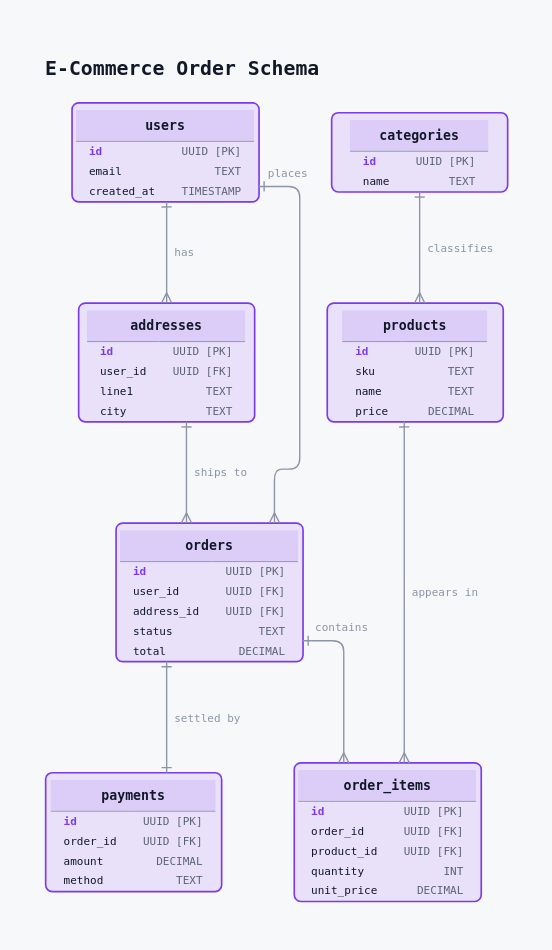
rg12301/rdg keeps this draw.io diagram as examples/ecommerce_erd/ecommerce_erd.drawio. Above is the earlier version. Source tidied: cells renumbered, new cells numbered last; positions are measured from the earlier drawing's top-left corner, leaving out a move shared by most shapes. Both pictures are drawn from the tidied source at 110%, with x=0, y=0 at pixel (19, 19).
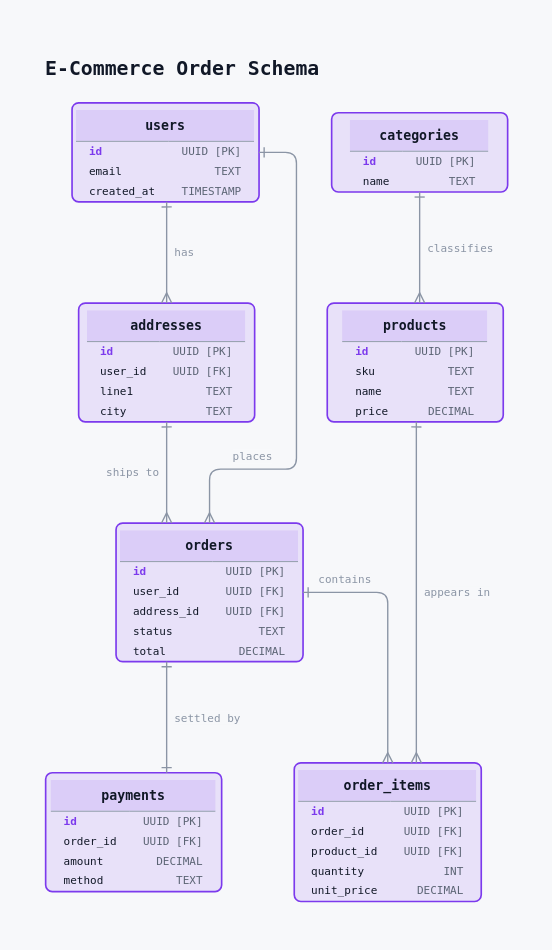
The same diagram, later.

Unchanged cells that the change refers to:
```xml
<mxCell id="4" value="&lt;table style=&quot;width:100%;border-collapse:collapse;font-family:JetBrains Mono, ui-monospace, SFMono-Regular, Menlo, Consolas, monospace;line-height:1.35;&quot;&gt;&lt;tr style=&quot;background:rgba(124,58,237,0.120);&quot;&gt;&lt;td colspan=&quot;2&quot; style=&quot;padding:5.9px 12.0px;border-bottom:1px solid #9aa3b2;text-align:center;color:#111827;font-size:12px;&quot;&gt;&lt;b&gt;users&lt;/b&gt;&lt;/td&gt;&lt;/tr&gt;&lt;tr style=&quot;&quot;&gt;&lt;td  style=&quot;padding:2.2px 12.0px;text-align:left;font-family:JetBrains Mono, ui-monospace, Menlo, monospace;font-size:10px;font-weight:bold;color:#7c3aed;&quot;&gt;id&lt;/td&gt;&lt;td style=&quot;padding:2.2px 12.0px;text-align:right;color:#5b6474;font-size:10px;font-family:JetBrains Mono, ui-monospace, Menlo, monospace;&quot;&gt;UUID [PK]&lt;/td&gt;&lt;/tr&gt;&lt;tr style=&quot;&quot;&gt;&lt;td  style=&quot;padding:2.2px 12.0px;text-align:left;font-family:JetBrains Mono, ui-monospace, Menlo, monospace;font-size:10px;color:#111827;&quot;&gt;email&lt;/td&gt;&lt;td style=&quot;padding:2.2px 12.0px;text-align:right;color:#5b6474;font-size:10px;font-family:JetBrains Mono, ui-monospace, Menlo, monospace;&quot;&gt;TEXT&lt;/td&gt;&lt;/tr&gt;&lt;tr style=&quot;&quot;&gt;&lt;td  style=&quot;padding:2.2px 12.0px;text-align:left;font-family:JetBrains Mono, ui-monospace, Menlo, monospace;font-size:10px;color:#111827;&quot;&gt;created_at&lt;/td&gt;&lt;td style=&quot;padding:2.2px 12.0px;text-align:right;color:#5b6474;font-size:10px;font-family:JetBrains Mono, ui-monospace, Menlo, monospace;&quot;&gt;TIMESTAMP&lt;/td&gt;&lt;/tr&gt;&lt;/table&gt;" style="rounded=1;absoluteArcSize=1;arcSize=12;html=1;whiteSpace=wrap;fillColor=#7c3aed;fillOpacity=12;strokeColor=#7c3aed;strokeWidth=1.5;shadow=0;fontFamily=JetBrains Mono, ui-monospace, SFMono-Regular, Menlo, Consolas, monospace;fontSize=12;fontColor=#111827;fontStyle=0;align=center;verticalAlign=middle;spacingTop=4;spacingBottom=4;spacingLeft=8;spacingRight=8;spacingTop=0;spacingBottom=0;spacingLeft=0;spacingRight=0;overflow=hidden;verticalAlign=top;" parent="1" vertex="1">
  <mxGeometry x="48" y="76" width="170" height="90" as="geometry" />
</mxCell>
<mxCell id="5" value="&lt;table style=&quot;width:100%;border-collapse:collapse;font-family:JetBrains Mono, ui-monospace, SFMono-Regular, Menlo, Consolas, monospace;line-height:1.35;&quot;&gt;&lt;tr style=&quot;background:rgba(124,58,237,0.120);&quot;&gt;&lt;td colspan=&quot;2&quot; style=&quot;padding:5.9px 12.0px;border-bottom:1px solid #9aa3b2;text-align:center;color:#111827;font-size:12px;&quot;&gt;&lt;b&gt;addresses&lt;/b&gt;&lt;/td&gt;&lt;/tr&gt;&lt;tr style=&quot;&quot;&gt;&lt;td  style=&quot;padding:2.2px 12.0px;text-align:left;font-family:JetBrains Mono, ui-monospace, Menlo, monospace;font-size:10px;font-weight:bold;color:#7c3aed;&quot;&gt;id&lt;/td&gt;&lt;td style=&quot;padding:2.2px 12.0px;text-align:right;color:#5b6474;font-size:10px;font-family:JetBrains Mono, ui-monospace, Menlo, monospace;&quot;&gt;UUID [PK]&lt;/td&gt;&lt;/tr&gt;&lt;tr style=&quot;&quot;&gt;&lt;td  style=&quot;padding:2.2px 12.0px;text-align:left;font-family:JetBrains Mono, ui-monospace, Menlo, monospace;font-size:10px;color:#111827;&quot;&gt;user_id&lt;/td&gt;&lt;td style=&quot;padding:2.2px 12.0px;text-align:right;color:#5b6474;font-size:10px;font-family:JetBrains Mono, ui-monospace, Menlo, monospace;&quot;&gt;UUID [FK]&lt;/td&gt;&lt;/tr&gt;&lt;tr style=&quot;&quot;&gt;&lt;td  style=&quot;padding:2.2px 12.0px;text-align:left;font-family:JetBrains Mono, ui-monospace, Menlo, monospace;font-size:10px;color:#111827;&quot;&gt;line1&lt;/td&gt;&lt;td style=&quot;padding:2.2px 12.0px;text-align:right;color:#5b6474;font-size:10px;font-family:JetBrains Mono, ui-monospace, Menlo, monospace;&quot;&gt;TEXT&lt;/td&gt;&lt;/tr&gt;&lt;tr style=&quot;&quot;&gt;&lt;td  style=&quot;padding:2.2px 12.0px;text-align:left;font-family:JetBrains Mono, ui-monospace, Menlo, monospace;font-size:10px;color:#111827;&quot;&gt;city&lt;/td&gt;&lt;td style=&quot;padding:2.2px 12.0px;text-align:right;color:#5b6474;font-size:10px;font-family:JetBrains Mono, ui-monospace, Menlo, monospace;&quot;&gt;TEXT&lt;/td&gt;&lt;/tr&gt;&lt;/table&gt;" style="rounded=1;absoluteArcSize=1;arcSize=12;html=1;whiteSpace=wrap;fillColor=#7c3aed;fillOpacity=12;strokeColor=#7c3aed;strokeWidth=1.5;shadow=0;fontFamily=JetBrains Mono, ui-monospace, SFMono-Regular, Menlo, Consolas, monospace;fontSize=12;fontColor=#111827;fontStyle=0;align=center;verticalAlign=middle;spacingTop=4;spacingBottom=4;spacingLeft=8;spacingRight=8;spacingTop=0;spacingBottom=0;spacingLeft=0;spacingRight=0;overflow=hidden;verticalAlign=top;" parent="1" vertex="1">
  <mxGeometry x="54" y="258" width="160" height="108" as="geometry" />
</mxCell>
<mxCell id="6" value="&lt;table style=&quot;width:100%;border-collapse:collapse;font-family:JetBrains Mono, ui-monospace, SFMono-Regular, Menlo, Consolas, monospace;line-height:1.35;&quot;&gt;&lt;tr style=&quot;background:rgba(124,58,237,0.120);&quot;&gt;&lt;td colspan=&quot;2&quot; style=&quot;padding:5.9px 12.0px;border-bottom:1px solid #9aa3b2;text-align:center;color:#111827;font-size:12px;&quot;&gt;&lt;b&gt;orders&lt;/b&gt;&lt;/td&gt;&lt;/tr&gt;&lt;tr style=&quot;&quot;&gt;&lt;td  style=&quot;padding:2.2px 12.0px;text-align:left;font-family:JetBrains Mono, ui-monospace, Menlo, monospace;font-size:10px;font-weight:bold;color:#7c3aed;&quot;&gt;id&lt;/td&gt;&lt;td style=&quot;padding:2.2px 12.0px;text-align:right;color:#5b6474;font-size:10px;font-family:JetBrains Mono, ui-monospace, Menlo, monospace;&quot;&gt;UUID [PK]&lt;/td&gt;&lt;/tr&gt;&lt;tr style=&quot;&quot;&gt;&lt;td  style=&quot;padding:2.2px 12.0px;text-align:left;font-family:JetBrains Mono, ui-monospace, Menlo, monospace;font-size:10px;color:#111827;&quot;&gt;user_id&lt;/td&gt;&lt;td style=&quot;padding:2.2px 12.0px;text-align:right;color:#5b6474;font-size:10px;font-family:JetBrains Mono, ui-monospace, Menlo, monospace;&quot;&gt;UUID [FK]&lt;/td&gt;&lt;/tr&gt;&lt;tr style=&quot;&quot;&gt;&lt;td  style=&quot;padding:2.2px 12.0px;text-align:left;font-family:JetBrains Mono, ui-monospace, Menlo, monospace;font-size:10px;color:#111827;&quot;&gt;address_id&lt;/td&gt;&lt;td style=&quot;padding:2.2px 12.0px;text-align:right;color:#5b6474;font-size:10px;font-family:JetBrains Mono, ui-monospace, Menlo, monospace;&quot;&gt;UUID [FK]&lt;/td&gt;&lt;/tr&gt;&lt;tr style=&quot;&quot;&gt;&lt;td  style=&quot;padding:2.2px 12.0px;text-align:left;font-family:JetBrains Mono, ui-monospace, Menlo, monospace;font-size:10px;color:#111827;&quot;&gt;status&lt;/td&gt;&lt;td style=&quot;padding:2.2px 12.0px;text-align:right;color:#5b6474;font-size:10px;font-family:JetBrains Mono, ui-monospace, Menlo, monospace;&quot;&gt;TEXT&lt;/td&gt;&lt;/tr&gt;&lt;tr style=&quot;&quot;&gt;&lt;td  style=&quot;padding:2.2px 12.0px;text-align:left;font-family:JetBrains Mono, ui-monospace, Menlo, monospace;font-size:10px;color:#111827;&quot;&gt;total&lt;/td&gt;&lt;td style=&quot;padding:2.2px 12.0px;text-align:right;color:#5b6474;font-size:10px;font-family:JetBrains Mono, ui-monospace, Menlo, monospace;&quot;&gt;DECIMAL&lt;/td&gt;&lt;/tr&gt;&lt;/table&gt;" style="rounded=1;absoluteArcSize=1;arcSize=12;html=1;whiteSpace=wrap;fillColor=#7c3aed;fillOpacity=12;strokeColor=#7c3aed;strokeWidth=1.5;shadow=0;fontFamily=JetBrains Mono, ui-monospace, SFMono-Regular, Menlo, Consolas, monospace;fontSize=12;fontColor=#111827;fontStyle=0;align=center;verticalAlign=middle;spacingTop=4;spacingBottom=4;spacingLeft=8;spacingRight=8;spacingTop=0;spacingBottom=0;spacingLeft=0;spacingRight=0;overflow=hidden;verticalAlign=top;" parent="1" vertex="1">
  <mxGeometry x="88" y="458" width="170" height="126" as="geometry" />
</mxCell>
<mxCell id="7" value="&lt;table style=&quot;width:100%;border-collapse:collapse;font-family:JetBrains Mono, ui-monospace, SFMono-Regular, Menlo, Consolas, monospace;line-height:1.35;&quot;&gt;&lt;tr style=&quot;background:rgba(124,58,237,0.120);&quot;&gt;&lt;td colspan=&quot;2&quot; style=&quot;padding:5.9px 12.0px;border-bottom:1px solid #9aa3b2;text-align:center;color:#111827;font-size:12px;&quot;&gt;&lt;b&gt;order_items&lt;/b&gt;&lt;/td&gt;&lt;/tr&gt;&lt;tr style=&quot;&quot;&gt;&lt;td  style=&quot;padding:2.2px 12.0px;text-align:left;font-family:JetBrains Mono, ui-monospace, Menlo, monospace;font-size:10px;font-weight:bold;color:#7c3aed;&quot;&gt;id&lt;/td&gt;&lt;td style=&quot;padding:2.2px 12.0px;text-align:right;color:#5b6474;font-size:10px;font-family:JetBrains Mono, ui-monospace, Menlo, monospace;&quot;&gt;UUID [PK]&lt;/td&gt;&lt;/tr&gt;&lt;tr style=&quot;&quot;&gt;&lt;td  style=&quot;padding:2.2px 12.0px;text-align:left;font-family:JetBrains Mono, ui-monospace, Menlo, monospace;font-size:10px;color:#111827;&quot;&gt;order_id&lt;/td&gt;&lt;td style=&quot;padding:2.2px 12.0px;text-align:right;color:#5b6474;font-size:10px;font-family:JetBrains Mono, ui-monospace, Menlo, monospace;&quot;&gt;UUID [FK]&lt;/td&gt;&lt;/tr&gt;&lt;tr style=&quot;&quot;&gt;&lt;td  style=&quot;padding:2.2px 12.0px;text-align:left;font-family:JetBrains Mono, ui-monospace, Menlo, monospace;font-size:10px;color:#111827;&quot;&gt;product_id&lt;/td&gt;&lt;td style=&quot;padding:2.2px 12.0px;text-align:right;color:#5b6474;font-size:10px;font-family:JetBrains Mono, ui-monospace, Menlo, monospace;&quot;&gt;UUID [FK]&lt;/td&gt;&lt;/tr&gt;&lt;tr style=&quot;&quot;&gt;&lt;td  style=&quot;padding:2.2px 12.0px;text-align:left;font-family:JetBrains Mono, ui-monospace, Menlo, monospace;font-size:10px;color:#111827;&quot;&gt;quantity&lt;/td&gt;&lt;td style=&quot;padding:2.2px 12.0px;text-align:right;color:#5b6474;font-size:10px;font-family:JetBrains Mono, ui-monospace, Menlo, monospace;&quot;&gt;INT&lt;/td&gt;&lt;/tr&gt;&lt;tr style=&quot;&quot;&gt;&lt;td  style=&quot;padding:2.2px 12.0px;text-align:left;font-family:JetBrains Mono, ui-monospace, Menlo, monospace;font-size:10px;color:#111827;&quot;&gt;unit_price&lt;/td&gt;&lt;td style=&quot;padding:2.2px 12.0px;text-align:right;color:#5b6474;font-size:10px;font-family:JetBrains Mono, ui-monospace, Menlo, monospace;&quot;&gt;DECIMAL&lt;/td&gt;&lt;/tr&gt;&lt;/table&gt;" style="rounded=1;absoluteArcSize=1;arcSize=12;html=1;whiteSpace=wrap;fillColor=#7c3aed;fillOpacity=12;strokeColor=#7c3aed;strokeWidth=1.5;shadow=0;fontFamily=JetBrains Mono, ui-monospace, SFMono-Regular, Menlo, Consolas, monospace;fontSize=12;fontColor=#111827;fontStyle=0;align=center;verticalAlign=middle;spacingTop=4;spacingBottom=4;spacingLeft=8;spacingRight=8;spacingTop=0;spacingBottom=0;spacingLeft=0;spacingRight=0;overflow=hidden;verticalAlign=top;" parent="1" vertex="1">
  <mxGeometry x="250" y="676" width="170" height="126" as="geometry" />
</mxCell>
<mxCell id="8" value="&lt;table style=&quot;width:100%;border-collapse:collapse;font-family:JetBrains Mono, ui-monospace, SFMono-Regular, Menlo, Consolas, monospace;line-height:1.35;&quot;&gt;&lt;tr style=&quot;background:rgba(124,58,237,0.120);&quot;&gt;&lt;td colspan=&quot;2&quot; style=&quot;padding:5.9px 12.0px;border-bottom:1px solid #9aa3b2;text-align:center;color:#111827;font-size:12px;&quot;&gt;&lt;b&gt;products&lt;/b&gt;&lt;/td&gt;&lt;/tr&gt;&lt;tr style=&quot;&quot;&gt;&lt;td  style=&quot;padding:2.2px 12.0px;text-align:left;font-family:JetBrains Mono, ui-monospace, Menlo, monospace;font-size:10px;font-weight:bold;color:#7c3aed;&quot;&gt;id&lt;/td&gt;&lt;td style=&quot;padding:2.2px 12.0px;text-align:right;color:#5b6474;font-size:10px;font-family:JetBrains Mono, ui-monospace, Menlo, monospace;&quot;&gt;UUID [PK]&lt;/td&gt;&lt;/tr&gt;&lt;tr style=&quot;&quot;&gt;&lt;td  style=&quot;padding:2.2px 12.0px;text-align:left;font-family:JetBrains Mono, ui-monospace, Menlo, monospace;font-size:10px;color:#111827;&quot;&gt;sku&lt;/td&gt;&lt;td style=&quot;padding:2.2px 12.0px;text-align:right;color:#5b6474;font-size:10px;font-family:JetBrains Mono, ui-monospace, Menlo, monospace;&quot;&gt;TEXT&lt;/td&gt;&lt;/tr&gt;&lt;tr style=&quot;&quot;&gt;&lt;td  style=&quot;padding:2.2px 12.0px;text-align:left;font-family:JetBrains Mono, ui-monospace, Menlo, monospace;font-size:10px;color:#111827;&quot;&gt;name&lt;/td&gt;&lt;td style=&quot;padding:2.2px 12.0px;text-align:right;color:#5b6474;font-size:10px;font-family:JetBrains Mono, ui-monospace, Menlo, monospace;&quot;&gt;TEXT&lt;/td&gt;&lt;/tr&gt;&lt;tr style=&quot;&quot;&gt;&lt;td  style=&quot;padding:2.2px 12.0px;text-align:left;font-family:JetBrains Mono, ui-monospace, Menlo, monospace;font-size:10px;color:#111827;&quot;&gt;price&lt;/td&gt;&lt;td style=&quot;padding:2.2px 12.0px;text-align:right;color:#5b6474;font-size:10px;font-family:JetBrains Mono, ui-monospace, Menlo, monospace;&quot;&gt;DECIMAL&lt;/td&gt;&lt;/tr&gt;&lt;/table&gt;" style="rounded=1;absoluteArcSize=1;arcSize=12;html=1;whiteSpace=wrap;fillColor=#7c3aed;fillOpacity=12;strokeColor=#7c3aed;strokeWidth=1.5;shadow=0;fontFamily=JetBrains Mono, ui-monospace, SFMono-Regular, Menlo, Consolas, monospace;fontSize=12;fontColor=#111827;fontStyle=0;align=center;verticalAlign=middle;spacingTop=4;spacingBottom=4;spacingLeft=8;spacingRight=8;spacingTop=0;spacingBottom=0;spacingLeft=0;spacingRight=0;overflow=hidden;verticalAlign=top;" parent="1" vertex="1">
  <mxGeometry x="280" y="258" width="160" height="108" as="geometry" />
</mxCell>
```

What changed in the source:
```diff
@@
-    <mxCell id="12" value="places" style="exitX=1.00000;exitY=0.84444;exitDx=0;exitDy=0;exitPerimeter=0;entryX=0.84706;entryY=0.00000;entryDx=0;entryDy=0;entryPerimeter=0;edgeStyle=none;html=1;rounded=1;jumpStyle=arc;jumpSize=6;strokeColor=#8b95a5;strokeWidth=1.25;dashed=0;endArrow=ERmany;endFill=0;endSize=7;startArrow=ERone;startFill=0;startSize=7;labelBackgroundColor=#f7f8fa;labelBorderColor=none;fontFamily=JetBrains Mono, ui-monospace, SFMono-Regular, Menlo, Consolas, monospace;fontSize=10;fontColor=#8b95a5;" parent="1" edge="1" source="4" target="6">
-      <mxGeometry x="-0.86" y="11.8" relative="1" as="geometry">
+    <mxCell id="12" value="places" style="exitX=1.00000;exitY=0.50000;exitDx=0;exitDy=0;exitPerimeter=0;entryX=0.50000;entryY=0.00000;entryDx=0;entryDy=0;entryPerimeter=0;edgeStyle=none;html=1;rounded=1;jumpStyle=arc;jumpSize=6;strokeColor=#8b95a5;strokeWidth=1.25;dashed=0;endArrow=ERmany;endFill=0;endSize=7;startArrow=ERone;startFill=0;startSize=7;labelBackgroundColor=#f7f8fa;labelBorderColor=none;fontFamily=JetBrains Mono, ui-monospace, SFMono-Regular, Menlo, Consolas, monospace;fontSize=10;fontColor=#8b95a5;" parent="1" edge="1" source="4" target="6">
+      <mxGeometry x="0.61" y="-11.8" relative="1" as="geometry">
         <Array as="points">
-          <mxPoint x="255" y="152" />
-          <mxPoint x="255" y="409" />
-          <mxPoint x="232" y="409" />
+          <mxPoint x="252" y="121" />
+          <mxPoint x="252" y="409" />
+          <mxPoint x="173" y="409" />
         </Array>
       </mxGeometry>
     </mxCell>
-    <mxCell id="13" value="ships to" style="exitX=0.61250;exitY=1.00000;exitDx=0;exitDy=0;exitPerimeter=0;entryX=0.37647;entryY=0.00000;entryDx=0;entryDy=0;entryPerimeter=0;edgeStyle=none;html=1;rounded=1;jumpStyle=arc;jumpSize=6;strokeColor=#8b95a5;strokeWidth=1.25;dashed=0;endArrow=ERmany;endFill=0;endSize=7;startArrow=ERone;startFill=0;startSize=7;labelBackgroundColor=#f7f8fa;labelBorderColor=none;fontFamily=JetBrains Mono, ui-monospace, SFMono-Regular, Menlo, Consolas, monospace;fontSize=10;fontColor=#8b95a5;" parent="1" edge="1" source="5" target="6">
-      <mxGeometry y="31" relative="1" as="geometry" />
+    <mxCell id="13" value="ships to" style="exitX=0.50000;exitY=1.00000;exitDx=0;exitDy=0;exitPerimeter=0;entryX=0.27059;entryY=0.00000;entryDx=0;entryDy=0;entryPerimeter=0;edgeStyle=none;html=1;rounded=1;jumpStyle=arc;jumpSize=6;strokeColor=#8b95a5;strokeWidth=1.25;dashed=0;endArrow=ERmany;endFill=0;endSize=7;startArrow=ERone;startFill=0;startSize=7;labelBackgroundColor=#f7f8fa;labelBorderColor=none;fontFamily=JetBrains Mono, ui-monospace, SFMono-Regular, Menlo, Consolas, monospace;fontSize=10;fontColor=#8b95a5;" parent="1" edge="1" source="5" target="6">
+      <mxGeometry y="-31" relative="1" as="geometry" />
     </mxCell>
-    <mxCell id="14" value="contains" style="exitX=1.00000;exitY=0.84921;exitDx=0;exitDy=0;exitPerimeter=0;entryX=0.26471;entryY=0.00000;entryDx=0;entryDy=0;entryPerimeter=0;edgeStyle=none;html=1;rounded=1;jumpStyle=arc;jumpSize=6;strokeColor=#8b95a5;strokeWidth=1.25;dashed=0;endArrow=ERmany;endFill=0;endSize=7;startArrow=ERone;startFill=0;startSize=7;labelBackgroundColor=#f7f8fa;labelBorderColor=none;fontFamily=JetBrains Mono, ui-monospace, SFMono-Regular, Menlo, Consolas, monospace;fontSize=10;fontColor=#8b95a5;" parent="1" edge="1" source="6" target="7">
-      <mxGeometry x="-0.53" y="11.8" relative="1" as="geometry">
+    <mxCell id="14" value="contains" style="exitX=1.00000;exitY=0.50000;exitDx=0;exitDy=0;exitPerimeter=0;entryX=0.50000;entryY=0.00000;entryDx=0;entryDy=0;entryPerimeter=0;edgeStyle=none;html=1;rounded=1;jumpStyle=arc;jumpSize=6;strokeColor=#8b95a5;strokeWidth=1.25;dashed=0;endArrow=ERmany;endFill=0;endSize=7;startArrow=ERone;startFill=0;startSize=7;labelBackgroundColor=#f7f8fa;labelBorderColor=none;fontFamily=JetBrains Mono, ui-monospace, SFMono-Regular, Menlo, Consolas, monospace;fontSize=10;fontColor=#8b95a5;" parent="1" edge="1" source="6" target="7">
+      <mxGeometry x="-0.67" y="11.8" relative="1" as="geometry">
         <Array as="points">
-          <mxPoint x="295" y="565" />
+          <mxPoint x="335" y="521" />
         </Array>
       </mxGeometry>
     </mxCell>
-    <mxCell id="15" value="appears in" style="exitX=0.43750;exitY=1.00000;exitDx=0;exitDy=0;exitPerimeter=0;entryX=0.58824;entryY=0.00000;entryDx=0;entryDy=0;entryPerimeter=0;edgeStyle=none;html=1;rounded=1;jumpStyle=arc;jumpSize=6;strokeColor=#8b95a5;strokeWidth=1.25;dashed=0;endArrow=ERmany;endFill=0;endSize=7;startArrow=ERone;startFill=0;startSize=7;labelBackgroundColor=#f7f8fa;labelBorderColor=none;fontFamily=JetBrains Mono, ui-monospace, SFMono-Regular, Menlo, Consolas, monospace;fontSize=10;fontColor=#8b95a5;" parent="1" edge="1" source="8" target="7">
+    <mxCell id="15" value="appears in" style="exitX=0.50625;exitY=1.00000;exitDx=0;exitDy=0;exitPerimeter=0;entryX=0.65294;entryY=0.00000;entryDx=0;entryDy=0;entryPerimeter=0;edgeStyle=none;html=1;rounded=1;jumpStyle=arc;jumpSize=6;strokeColor=#8b95a5;strokeWidth=1.25;dashed=0;endArrow=ERmany;endFill=0;endSize=7;startArrow=ERone;startFill=0;startSize=7;labelBackgroundColor=#f7f8fa;labelBorderColor=none;fontFamily=JetBrains Mono, ui-monospace, SFMono-Regular, Menlo, Consolas, monospace;fontSize=10;fontColor=#8b95a5;" parent="1" edge="1" source="8" target="7">
       <mxGeometry y="37" relative="1" as="geometry" />
     </mxCell>
```
